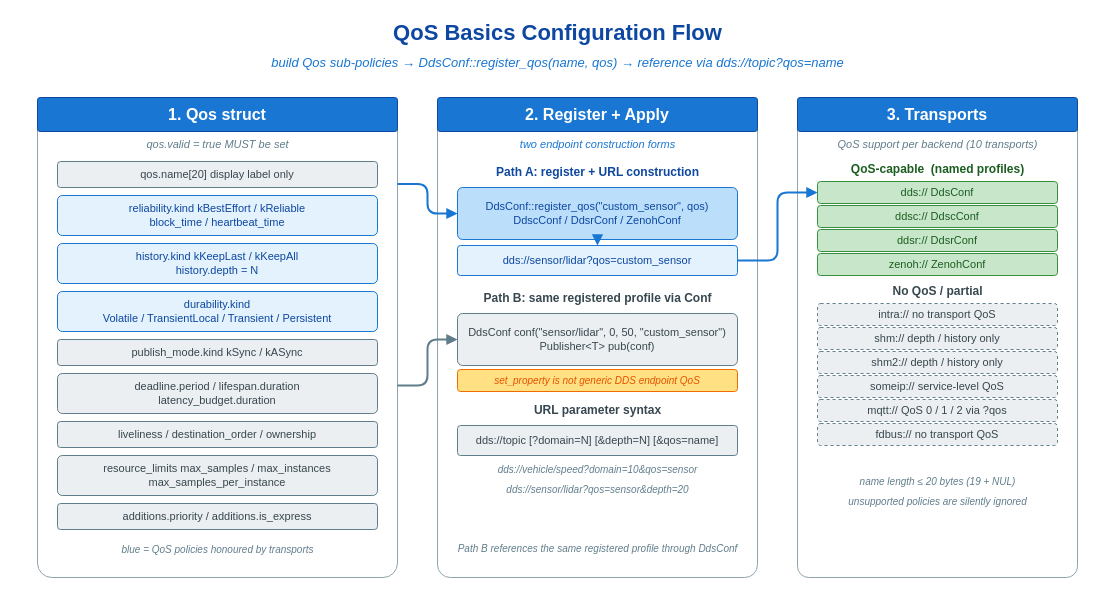
The draw.io diagram examples/qos/qos_basics/images/qos-basic-config.drawio in thun-res/vlink, before the edit. Source tidied: cells renumbered, new cells numbered last; positions are measured from the earlier drawing's top-left corner, leaving out a move shared by most shapes. Both pictures are drawn from the tidied source at 100%, with x=0, y=0 at pixel (17, 17).
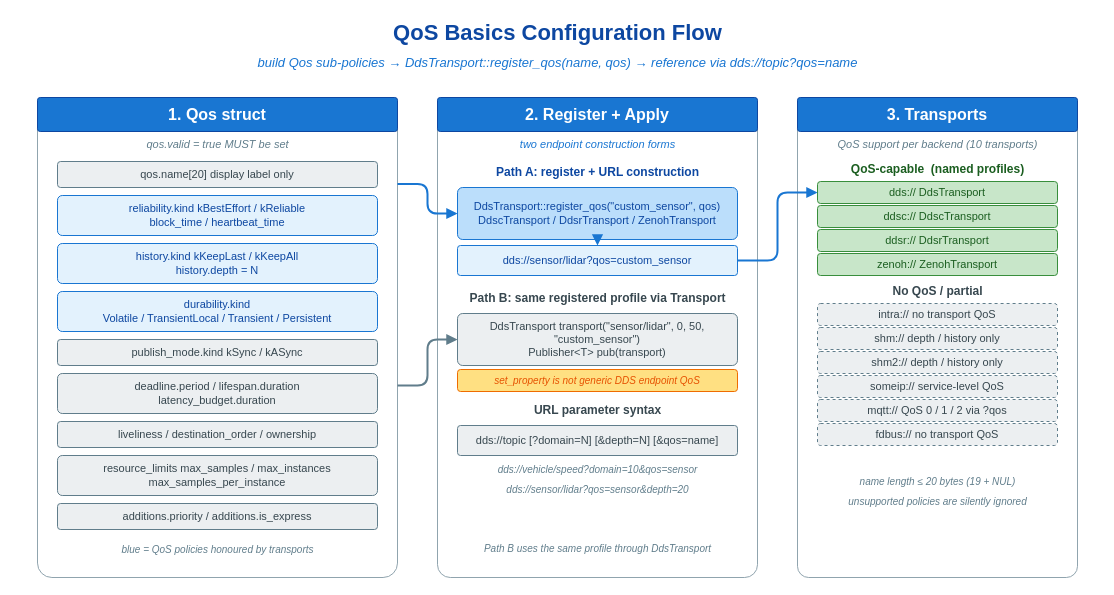
The same page after the edit.

The edit, as a diff of the source:
```diff
@@
-    <mxCell id="3" value="build Qos sub-policies  →  DdsConf::register_qos(name, qos)  →  reference via dds://topic?qos=name" style="text;html=1;align=center;verticalAlign=middle;strokeColor=none;fillColor=none;fontFamily=Helvetica;fontSize=13;fontStyle=2;fontColor=#1976d2;" parent="1" vertex="1">
+    <mxCell id="3" value="build Qos sub-policies  →  DdsTransport::register_qos(name, qos)  →  reference via dds://topic?qos=name" style="text;html=1;align=center;verticalAlign=middle;strokeColor=none;fillColor=none;fontFamily=Helvetica;fontSize=13;fontStyle=2;fontColor=#1976d2;" parent="1" vertex="1">
       <mxGeometry y="34" width="1080" height="22" as="geometry" />
     </mxCell>
@@
-    <mxCell id="21" value="DdsConf::register_qos(&quot;custom_sensor&quot;, qos)&#10;DdscConf / DdsrConf / ZenohConf" style="rounded=1;whiteSpace=wrap;html=1;fillColor=#bbdefb;strokeColor=#1976d2;fontFamily=Helvetica;fontSize=11;fontStyle=0;fontColor=#0d47a1;arcSize=10;shadow=0;" parent="1" vertex="1">
+    <mxCell id="21" value="DdsTransport::register_qos(&quot;custom_sensor&quot;, qos)&#10;DdscTransport / DdsrTransport / ZenohTransport" style="rounded=1;whiteSpace=wrap;html=1;fillColor=#bbdefb;strokeColor=#1976d2;fontFamily=Helvetica;fontSize=11;fontStyle=0;fontColor=#0d47a1;arcSize=10;shadow=0;" parent="1" vertex="1">
       <mxGeometry x="440" y="170" width="280" height="52" as="geometry" />
     </mxCell>
@@
-    <mxCell id="23" value="Path B: same registered profile via Conf" style="text;html=1;align=center;verticalAlign=middle;strokeColor=none;fillColor=none;fontFamily=Helvetica;fontSize=12;fontStyle=1;fontColor=#37474f;" parent="1" vertex="1">
+    <mxCell id="23" value="Path B: same registered profile via Transport" style="text;html=1;align=center;verticalAlign=middle;strokeColor=none;fillColor=none;fontFamily=Helvetica;fontSize=12;fontStyle=1;fontColor=#37474f;" parent="1" vertex="1">
       <mxGeometry x="440" y="270" width="280" height="22" as="geometry" />
     </mxCell>
-    <mxCell id="24" value="DdsConf conf(&quot;sensor/lidar&quot;, 0, 50, &quot;custom_sensor&quot;)&#10;Publisher&amp;lt;T&amp;gt; pub(conf)" style="rounded=1;whiteSpace=wrap;html=1;fillColor=#eceff1;strokeColor=#607d8b;fontFamily=Helvetica;fontSize=11;fontStyle=0;fontColor=#37474f;arcSize=10;shadow=0;" parent="1" vertex="1">
+    <mxCell id="24" value="DdsTransport transport(&quot;sensor/lidar&quot;, 0, 50, &quot;custom_sensor&quot;)&#10;Publisher&amp;lt;T&amp;gt; pub(transport)" style="rounded=1;whiteSpace=wrap;html=1;fillColor=#eceff1;strokeColor=#607d8b;fontFamily=Helvetica;fontSize=11;fontStyle=0;fontColor=#37474f;arcSize=10;shadow=0;" parent="1" vertex="1">
       <mxGeometry x="440" y="296" width="280" height="52" as="geometry" />
     </mxCell>
@@
-    <mxCell id="30" value="Path B references the same registered profile through DdsConf" style="text;html=1;align=center;verticalAlign=middle;strokeColor=none;fillColor=none;fontFamily=Helvetica;fontSize=10;fontStyle=2;fontColor=#607d8b;" parent="1" vertex="1">
+    <mxCell id="30" value="Path B uses the same profile through DdsTransport" style="text;html=1;align=center;verticalAlign=middle;strokeColor=none;fillColor=none;fontFamily=Helvetica;fontSize=10;fontStyle=2;fontColor=#607d8b;" parent="1" vertex="1">
       <mxGeometry x="440" y="520" width="280" height="22" as="geometry" />
     </mxCell>
@@
-    <mxCell id="35" value="dds://      DdsConf" style="rounded=1;whiteSpace=wrap;html=1;fillColor=#c8e6c9;strokeColor=#388e3c;fontFamily=Helvetica;fontSize=11;fontStyle=0;fontColor=#1b5e20;arcSize=14;shadow=0;" parent="1" vertex="1">
+    <mxCell id="35" value="dds://      DdsTransport" style="rounded=1;whiteSpace=wrap;html=1;fillColor=#c8e6c9;strokeColor=#388e3c;fontFamily=Helvetica;fontSize=11;fontStyle=0;fontColor=#1b5e20;arcSize=14;shadow=0;" parent="1" vertex="1">
       <mxGeometry x="800" y="164" width="240" height="22" as="geometry" />
     </mxCell>
-    <mxCell id="36" value="ddsc://    DdscConf" style="rounded=1;whiteSpace=wrap;html=1;fillColor=#c8e6c9;strokeColor=#388e3c;fontFamily=Helvetica;fontSize=11;fontStyle=0;fontColor=#1b5e20;arcSize=14;shadow=0;" parent="1" vertex="1">
+    <mxCell id="36" value="ddsc://    DdscTransport" style="rounded=1;whiteSpace=wrap;html=1;fillColor=#c8e6c9;strokeColor=#388e3c;fontFamily=Helvetica;fontSize=11;fontStyle=0;fontColor=#1b5e20;arcSize=14;shadow=0;" parent="1" vertex="1">
       <mxGeometry x="800" y="188" width="240" height="22" as="geometry" />
     </mxCell>
-    <mxCell id="37" value="ddsr://    DdsrConf" style="rounded=1;whiteSpace=wrap;html=1;fillColor=#c8e6c9;strokeColor=#388e3c;fontFamily=Helvetica;fontSize=11;fontStyle=0;fontColor=#1b5e20;arcSize=14;shadow=0;" parent="1" vertex="1">
+    <mxCell id="37" value="ddsr://    DdsrTransport" style="rounded=1;whiteSpace=wrap;html=1;fillColor=#c8e6c9;strokeColor=#388e3c;fontFamily=Helvetica;fontSize=11;fontStyle=0;fontColor=#1b5e20;arcSize=14;shadow=0;" parent="1" vertex="1">
       <mxGeometry x="800" y="212" width="240" height="22" as="geometry" />
     </mxCell>
-    <mxCell id="38" value="zenoh://   ZenohConf" style="rounded=1;whiteSpace=wrap;html=1;fillColor=#c8e6c9;strokeColor=#388e3c;fontFamily=Helvetica;fontSize=11;fontStyle=0;fontColor=#1b5e20;arcSize=14;shadow=0;" parent="1" vertex="1">
+    <mxCell id="38" value="zenoh://   ZenohTransport" style="rounded=1;whiteSpace=wrap;html=1;fillColor=#c8e6c9;strokeColor=#388e3c;fontFamily=Helvetica;fontSize=11;fontStyle=0;fontColor=#1b5e20;arcSize=14;shadow=0;" parent="1" vertex="1">
       <mxGeometry x="800" y="236" width="240" height="22" as="geometry" />
     </mxCell>
```
